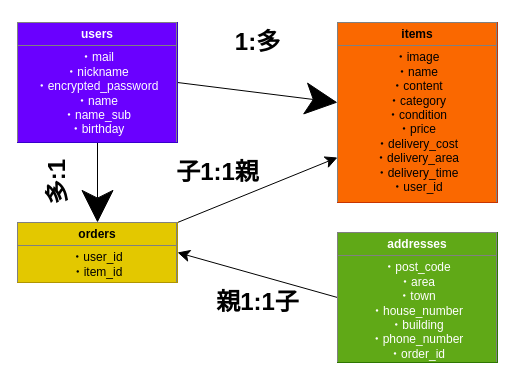
The draw.io diagram .dio in unagianago/furima-40588, before the edit. Source tidied: cells renumbered, new cells numbered last; positions are measured from the earlier drawing's top-left corner, leaving out a move shared by most shapes. Both pictures are drawn from the tidied source at 100%, with x=0, y=0 at pixel (17, 22).
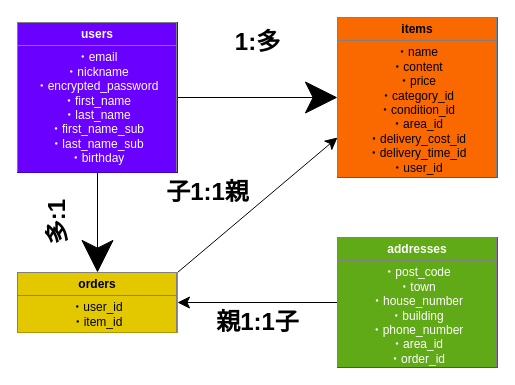
After the change.

Commit message (it also covers changes not shown here):
プルリクエストによるカラム修正

Diff of the diagram source:
```diff
@@
 <mxGraphModel>
   <root>
     <mxCell id="0" />
     <mxCell id="1" parent="0" />
     <mxCell id="2" style="edgeStyle=none;html=1;exitX=1;exitY=0.5;exitDx=0;exitDy=0;endSize=30;" parent="1" edge="1" source="4" target="5">
       <mxGeometry relative="1" as="geometry" />
     </mxCell>
     <mxCell id="3" style="edgeStyle=none;html=1;exitX=0.5;exitY=1;exitDx=0;exitDy=0;entryX=0.5;entryY=0;entryDx=0;entryDy=0;endSize=30;" parent="1" edge="1" source="4" target="7">
       <mxGeometry relative="1" as="geometry" />
     </mxCell>
-    <mxCell id="4" value="&lt;table border=&quot;1&quot; width=&quot;100%&quot; height=&quot;100%&quot; cellpadding=&quot;4&quot; style=&quot;width:100%;height:100%;border-collapse:collapse;&quot;&gt;&lt;tbody&gt;&lt;tr&gt;&lt;th align=&quot;center&quot;&gt;users&lt;/th&gt;&lt;/tr&gt;&lt;tr&gt;&lt;td align=&quot;center&quot;&gt;・mail &lt;br&gt;・nickname&lt;br&gt;・encrypted_password&lt;br&gt;・name&lt;br&gt;・name_sub&lt;br&gt;・birthday&lt;br&gt;&lt;br&gt;&lt;br&gt;&lt;/td&gt;&lt;/tr&gt;&lt;tr&gt;&lt;td align=&quot;center&quot;&gt;&lt;br&gt;&lt;/td&gt;&lt;/tr&gt;&lt;/tbody&gt;&lt;/table&gt;" style="text;html=1;whiteSpace=wrap;overflow=fill;rounded=0;fillColor=#6a00ff;fontColor=#ffffff;strokeColor=#3700CC;" parent="1" vertex="1">
-      <mxGeometry width="160" height="120" as="geometry" />
+    <mxCell id="4" value="&lt;table border=&quot;1&quot; width=&quot;100%&quot; height=&quot;100%&quot; cellpadding=&quot;4&quot; style=&quot;width:100%;height:100%;border-collapse:collapse;&quot;&gt;&lt;tbody&gt;&lt;tr&gt;&lt;th align=&quot;center&quot;&gt;users&lt;/th&gt;&lt;/tr&gt;&lt;tr&gt;&lt;td align=&quot;center&quot;&gt;・email &lt;br&gt;・nickname&lt;br&gt;・encrypted_password&lt;br&gt;・first_name&lt;br&gt;・last_name&lt;br&gt;・first_name_sub&lt;br&gt;・last_name_sub&lt;br&gt;・birthday&lt;br&gt;&lt;br&gt;&lt;br&gt;&lt;/td&gt;&lt;/tr&gt;&lt;tr&gt;&lt;td align=&quot;center&quot;&gt;&lt;br&gt;&lt;/td&gt;&lt;/tr&gt;&lt;/tbody&gt;&lt;/table&gt;" style="text;html=1;whiteSpace=wrap;overflow=fill;rounded=0;fillColor=#6a00ff;fontColor=#ffffff;strokeColor=#3700CC;" parent="1" vertex="1">
+      <mxGeometry width="160" height="150" as="geometry" />
     </mxCell>
-    <mxCell id="5" value="&lt;table border=&quot;1&quot; width=&quot;100%&quot; height=&quot;100%&quot; cellpadding=&quot;4&quot; style=&quot;width:100%;height:100%;border-collapse:collapse;&quot;&gt;&lt;tbody&gt;&lt;tr&gt;&lt;th align=&quot;center&quot;&gt;items&lt;/th&gt;&lt;/tr&gt;&lt;tr&gt;&lt;td align=&quot;center&quot;&gt;・image&lt;br&gt;・name&lt;br&gt;・content&lt;br&gt;・category&lt;br&gt;・condition&lt;br&gt;・price&lt;br&gt;・delivery_cost&lt;br&gt;・delivery_area&lt;br&gt;・delivery_time&lt;br&gt;・user_id&lt;br&gt;&lt;br&gt;&lt;br&gt;&lt;br&gt;&lt;br&gt;&lt;/td&gt;&lt;/tr&gt;&lt;tr&gt;&lt;td align=&quot;center&quot;&gt;&lt;br&gt;&lt;/td&gt;&lt;/tr&gt;&lt;/tbody&gt;&lt;/table&gt;" style="text;html=1;whiteSpace=wrap;strokeColor=#C73500;fillColor=#fa6800;overflow=fill;fontColor=#000000;" parent="1" vertex="1">
-      <mxGeometry x="320" width="160" height="180" as="geometry" />
+    <mxCell id="5" value="&lt;table border=&quot;1&quot; width=&quot;100%&quot; height=&quot;100%&quot; cellpadding=&quot;4&quot; style=&quot;width:100%;height:100%;border-collapse:collapse;&quot;&gt;&lt;tbody&gt;&lt;tr&gt;&lt;th align=&quot;center&quot;&gt;items&lt;/th&gt;&lt;/tr&gt;&lt;tr&gt;&lt;td align=&quot;center&quot;&gt;・name&lt;br&gt;・content&lt;br&gt;・price&lt;br&gt;・category_id&lt;br&gt;・condition_id&lt;br&gt;・area_id&lt;br&gt;・delivery_cost_id&lt;br&gt;・delivery_time_id&lt;br&gt;・user_id&lt;br&gt;&lt;br&gt;&lt;br&gt;&lt;br&gt;&lt;br&gt;&lt;/td&gt;&lt;/tr&gt;&lt;tr&gt;&lt;td align=&quot;center&quot;&gt;&lt;br&gt;&lt;/td&gt;&lt;/tr&gt;&lt;/tbody&gt;&lt;/table&gt;" style="text;html=1;whiteSpace=wrap;strokeColor=#C73500;fillColor=#fa6800;overflow=fill;fontColor=#000000;" parent="1" vertex="1">
+      <mxGeometry x="320" y="-5" width="160" height="160" as="geometry" />
     </mxCell>
     <mxCell id="6" style="edgeStyle=none;html=1;exitX=1;exitY=0;exitDx=0;exitDy=0;entryX=0;entryY=0.75;entryDx=0;entryDy=0;endSize=10;" parent="1" edge="1" source="7" target="5">
       <mxGeometry relative="1" as="geometry" />
     </mxCell>
     <mxCell id="7" value="&lt;table border=&quot;1&quot; width=&quot;100%&quot; height=&quot;100%&quot; cellpadding=&quot;4&quot; style=&quot;width:100%;height:100%;border-collapse:collapse;&quot;&gt;&lt;tbody&gt;&lt;tr&gt;&lt;th align=&quot;center&quot;&gt;orders&lt;/th&gt;&lt;/tr&gt;&lt;tr&gt;&lt;td align=&quot;center&quot;&gt;・user_id&lt;br&gt;・item_id&lt;br&gt;&lt;br&gt;&lt;br&gt;&lt;br&gt;&lt;br&gt;&lt;br&gt;&lt;br&gt;&lt;br&gt;&lt;/td&gt;&lt;/tr&gt;&lt;tr&gt;&lt;td align=&quot;center&quot;&gt;&lt;br&gt;&lt;/td&gt;&lt;/tr&gt;&lt;/tbody&gt;&lt;/table&gt;" style="text;html=1;whiteSpace=wrap;strokeColor=#B09500;fillColor=#e3c800;overflow=fill;fontColor=#000000;" parent="1" vertex="1">
-      <mxGeometry y="200" width="160" height="60" as="geometry" />
+      <mxGeometry y="250" width="160" height="60" as="geometry" />
     </mxCell>
     <mxCell id="8" style="edgeStyle=none;html=1;exitX=0;exitY=0.5;exitDx=0;exitDy=0;entryX=1;entryY=0.5;entryDx=0;entryDy=0;endSize=10;" parent="1" edge="1" source="9" target="7">
       <mxGeometry relative="1" as="geometry" />
     </mxCell>
-    <mxCell id="9" value="&lt;table border=&quot;1&quot; width=&quot;100%&quot; height=&quot;100%&quot; cellpadding=&quot;4&quot; style=&quot;width:100%;height:100%;border-collapse:collapse;&quot;&gt;&lt;tbody&gt;&lt;tr&gt;&lt;th align=&quot;center&quot;&gt;addresses&lt;/th&gt;&lt;/tr&gt;&lt;tr&gt;&lt;td align=&quot;center&quot;&gt;・post_code&lt;br&gt;・area&lt;br&gt;・town&lt;br&gt;・house_number&lt;br&gt;・building&lt;br&gt;・phone_number&lt;br&gt;・order_id&lt;br&gt;&lt;br&gt;&lt;br&gt;&lt;/td&gt;&lt;/tr&gt;&lt;tr&gt;&lt;td align=&quot;center&quot;&gt;&lt;br&gt;&lt;/td&gt;&lt;/tr&gt;&lt;/tbody&gt;&lt;/table&gt;" style="text;html=1;whiteSpace=wrap;strokeColor=#2D7600;fillColor=#60a917;overflow=fill;fontColor=#ffffff;" parent="1" vertex="1">
-      <mxGeometry x="320" y="210" width="160" height="130" as="geometry" />
+    <mxCell id="9" value="&lt;table border=&quot;1&quot; width=&quot;100%&quot; height=&quot;100%&quot; cellpadding=&quot;4&quot; style=&quot;width:100%;height:100%;border-collapse:collapse;&quot;&gt;&lt;tbody&gt;&lt;tr&gt;&lt;th align=&quot;center&quot;&gt;addresses&lt;/th&gt;&lt;/tr&gt;&lt;tr&gt;&lt;td align=&quot;center&quot;&gt;・post_code&lt;br&gt;・town&lt;br&gt;・house_number&lt;br&gt;・building&lt;br&gt;・phone_number&lt;br&gt;・area_id&lt;br&gt;・order_id&lt;br&gt;&lt;br&gt;&lt;br&gt;&lt;/td&gt;&lt;/tr&gt;&lt;tr&gt;&lt;td align=&quot;center&quot;&gt;&lt;br&gt;&lt;/td&gt;&lt;/tr&gt;&lt;/tbody&gt;&lt;/table&gt;" style="text;html=1;whiteSpace=wrap;strokeColor=#2D7600;fillColor=#60a917;overflow=fill;fontColor=#ffffff;" parent="1" vertex="1">
+      <mxGeometry x="320" y="215" width="160" height="130" as="geometry" />
     </mxCell>
     <mxCell id="10" value="1:多" style="text;strokeColor=none;fillColor=none;html=1;fontSize=24;fontStyle=1;verticalAlign=middle;align=center;" parent="1" vertex="1">
       <mxGeometry x="190" width="100" height="40" as="geometry" />
     </mxCell>
     <mxCell id="11" value="多:1" style="text;strokeColor=none;fillColor=none;html=1;fontSize=24;fontStyle=1;verticalAlign=middle;align=center;direction=south;flipV=1;flipH=1;horizontal=0;" parent="1" vertex="1">
-      <mxGeometry x="20" y="110" width="40" height="100" as="geometry" />
+      <mxGeometry x="20" y="150" width="40" height="100" as="geometry" />
     </mxCell>
     <mxCell id="12" value="子1:1親" style="text;strokeColor=none;fillColor=none;html=1;fontSize=24;fontStyle=1;verticalAlign=middle;align=center;" parent="1" vertex="1">
-      <mxGeometry x="150" y="130" width="100" height="40" as="geometry" />
+      <mxGeometry x="140" y="150" width="100" height="40" as="geometry" />
     </mxCell>
     <mxCell id="13" value="親1:1子" style="text;strokeColor=none;fillColor=none;html=1;fontSize=24;fontStyle=1;verticalAlign=middle;align=center;" parent="1" vertex="1">
-      <mxGeometry x="190" y="260" width="100" height="40" as="geometry" />
+      <mxGeometry x="190" y="280" width="100" height="40" as="geometry" />
     </mxCell>
   </root>
 </mxGraphModel>
```
